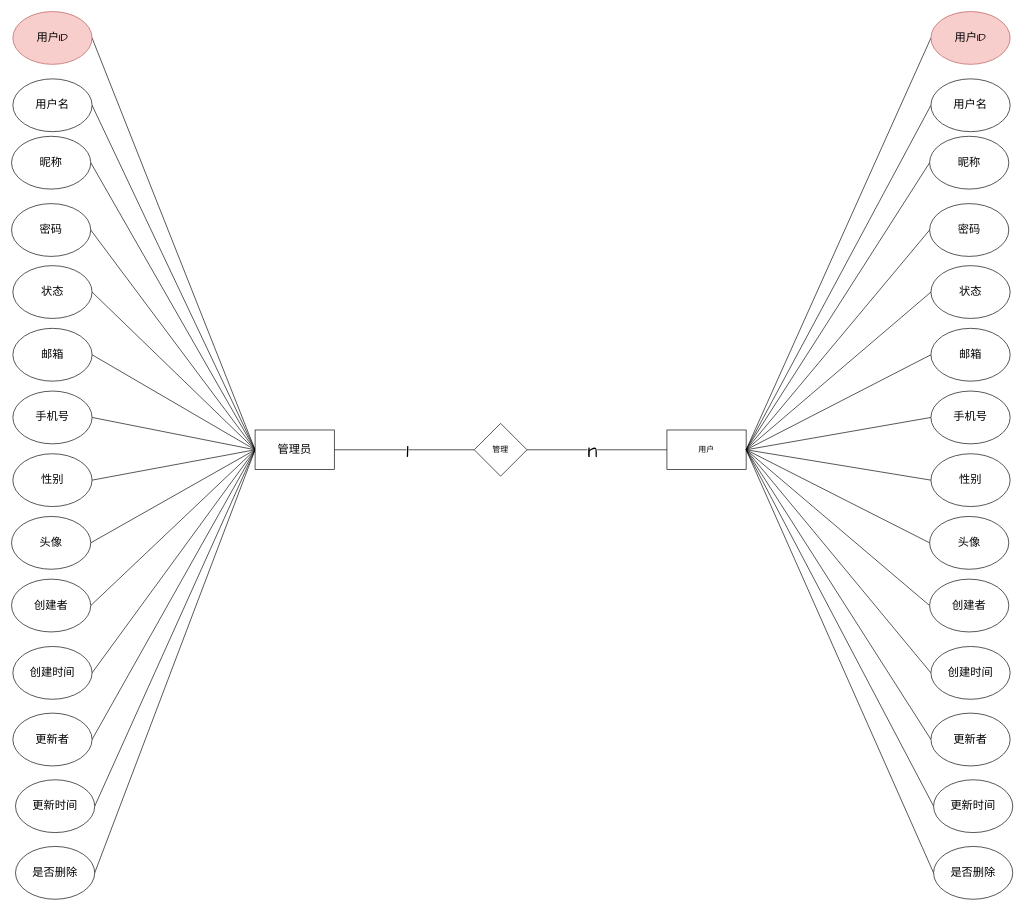
Earlier version of the draw.io diagram graph/文章管理模块ER图.drawio (zhangbird050801/bird-blog). Source tidied: cells renumbered, new cells numbered last; positions are measured from the earlier drawing's top-left corner, leaving out a move shared by most shapes. Both pictures are drawn from the tidied source at 66%, with x=0, y=0 at pixel (11, 11).
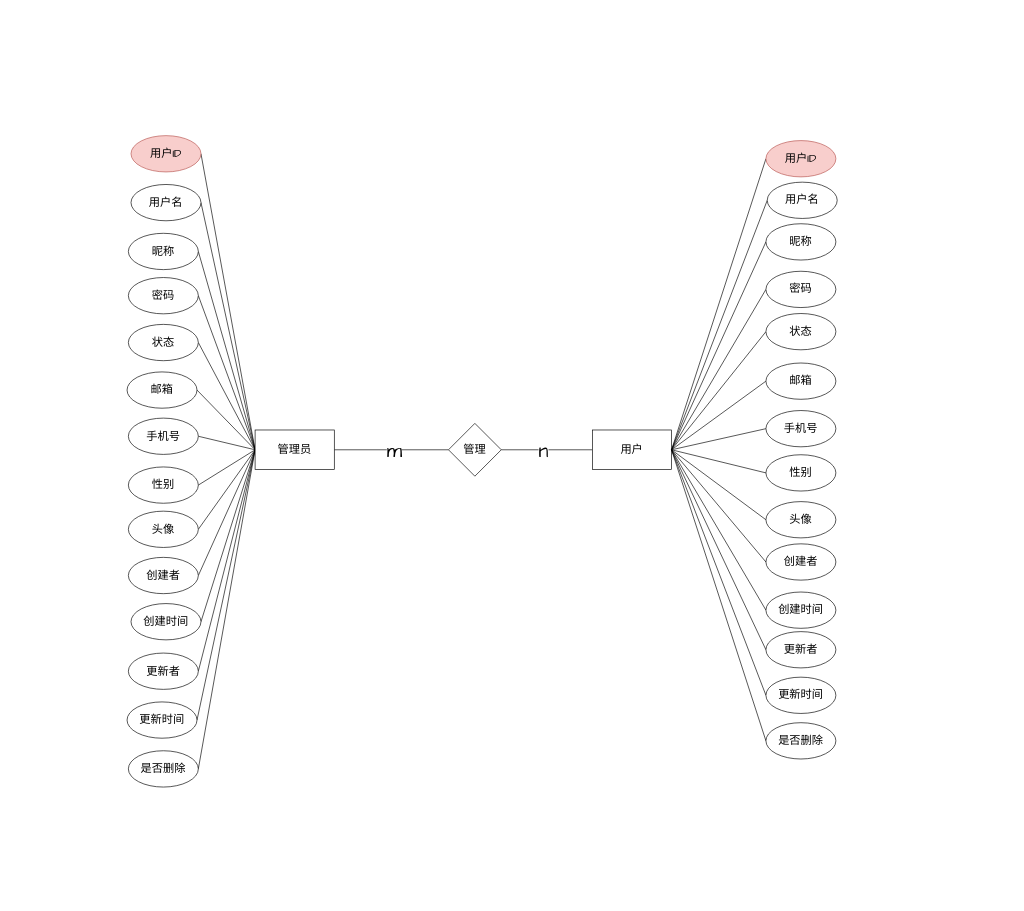
Above is the later version.

Commit message:
更新文章管理模块ER图.drawio

The change refers to these unchanged cells:
```xml
<mxCell id="16" style="edgeStyle=orthogonalEdgeStyle;rounded=0;jettySize=auto;html=1;exitX=1;exitY=0.5;exitDx=0;exitDy=0;entryX=0;entryY=0.5;entryDx=0;entryDy=0;endArrow=none;endFill=0;" parent="1" edge="1" source="18" target="35">
  <mxGeometry relative="1" as="geometry" />
</mxCell>
```

What changed in the source:
```diff
@@
-    <mxCell id="17" value="&lt;span style=&quot;font-family: &amp;quot;Comic Sans MS&amp;quot;; font-size: 30px;&quot;&gt;1&lt;/span&gt;" style="edgeLabel;html=1;align=center;verticalAlign=middle;" parent="16" vertex="1">
+    <mxCell id="17" value="&lt;span style=&quot;font-family: &amp;quot;Comic Sans MS&amp;quot;; font-size: 30px;&quot;&gt;m&lt;/span&gt;" style="edgeLabel;html=1;align=center;verticalAlign=middle;" parent="16" vertex="1">
       <mxGeometry x="0.04" y="-1" relative="1" as="geometry" />
     </mxCell>
@@
     <mxCell id="19" value="用户ID" style="ellipse;whiteSpace=wrap;html=1;fillColor=#f8cecc;strokeColor=#b85450;fontSize=17;fontFamily=Comic Sans MS;" parent="1" vertex="1">
-      <mxGeometry x="2" width="120" height="80" as="geometry" />
+      <mxGeometry x="181" y="188" width="106" height="55" as="geometry" />
     </mxCell>
     <mxCell id="20" value="状态" style="ellipse;whiteSpace=wrap;html=1;fontSize=17;fontFamily=Comic Sans MS;" parent="1" vertex="1">
-      <mxGeometry x="2" y="385" width="120" height="80" as="geometry" />
+      <mxGeometry x="177" y="474" width="106" height="55" as="geometry" />
     </mxCell>
     <mxCell id="21" value="密码" style="ellipse;whiteSpace=wrap;html=1;fontSize=17;fontFamily=Comic Sans MS;" parent="1" vertex="1">
-      <mxGeometry y="291" width="120" height="80" as="geometry" />
+      <mxGeometry x="177" y="403" width="106" height="55" as="geometry" />
     </mxCell>
     <mxCell id="22" value="昵称" style="ellipse;whiteSpace=wrap;html=1;fontSize=17;fontFamily=Comic Sans MS;" parent="1" vertex="1">
-      <mxGeometry y="189" width="120" height="80" as="geometry" />
+      <mxGeometry x="177" y="336" width="106" height="55" as="geometry" />
     </mxCell>
     <mxCell id="23" value="用户名" style="ellipse;whiteSpace=wrap;html=1;fontSize=17;fontFamily=Comic Sans MS;" parent="1" vertex="1">
-      <mxGeometry x="2" y="102" width="120" height="80" as="geometry" />
+      <mxGeometry x="181" y="262" width="106" height="55" as="geometry" />
     </mxCell>
     <mxCell id="24" value="创建者" style="ellipse;whiteSpace=wrap;html=1;fontSize=17;fontFamily=Comic Sans MS;" parent="1" vertex="1">
-      <mxGeometry y="860" width="120" height="80" as="geometry" />
+      <mxGeometry x="177" y="827" width="106" height="55" as="geometry" />
     </mxCell>
     <mxCell id="25" value="头像" style="ellipse;whiteSpace=wrap;html=1;fontSize=17;fontFamily=Comic Sans MS;" parent="1" vertex="1">
-      <mxGeometry y="765" width="120" height="80" as="geometry" />
+      <mxGeometry x="177" y="757" width="106" height="55" as="geometry" />
     </mxCell>
     <mxCell id="26" value="性别" style="ellipse;whiteSpace=wrap;html=1;fontSize=17;fontFamily=Comic Sans MS;" parent="1" vertex="1">
-      <mxGeometry x="2" y="670" width="120" height="80" as="geometry" />
+      <mxGeometry x="177" y="690" width="106" height="55" as="geometry" />
     </mxCell>
     <mxCell id="27" value="手机号" style="ellipse;whiteSpace=wrap;html=1;fontSize=17;fontFamily=Comic Sans MS;" parent="1" vertex="1">
-      <mxGeometry x="2" y="575" width="120" height="80" as="geometry" />
+      <mxGeometry x="177" y="616" width="106" height="55" as="geometry" />
     </mxCell>
     <mxCell id="28" value="邮箱" style="ellipse;whiteSpace=wrap;html=1;fontSize=17;fontFamily=Comic Sans MS;" parent="1" vertex="1">
-      <mxGeometry x="2" y="480" width="120" height="80" as="geometry" />
+      <mxGeometry x="175" y="546" width="106" height="55" as="geometry" />
     </mxCell>
     <mxCell id="29" value="更新时间" style="ellipse;whiteSpace=wrap;html=1;fontSize=17;fontFamily=Comic Sans MS;" parent="1" vertex="1">
-      <mxGeometry x="6" y="1164" width="120" height="80" as="geometry" />
+      <mxGeometry x="175" y="1046" width="106" height="55" as="geometry" />
     </mxCell>
     <mxCell id="30" value="更新者" style="ellipse;whiteSpace=wrap;html=1;fontSize=17;fontFamily=Comic Sans MS;" parent="1" vertex="1">
-      <mxGeometry x="2" y="1063" width="120" height="80" as="geometry" />
+      <mxGeometry x="177" y="972" width="106" height="55" as="geometry" />
     </mxCell>
     <mxCell id="31" value="创建时间" style="ellipse;whiteSpace=wrap;html=1;fontSize=17;fontFamily=Comic Sans MS;" parent="1" vertex="1">
-      <mxGeometry x="2" y="962" width="120" height="80" as="geometry" />
+      <mxGeometry x="181" y="897" width="106" height="55" as="geometry" />
     </mxCell>
     <mxCell id="32" value="是否删除" style="ellipse;whiteSpace=wrap;html=1;fontSize=17;fontFamily=Comic Sans MS;" parent="1" vertex="1">
-      <mxGeometry x="6" y="1265" width="120" height="80" as="geometry" />
+      <mxGeometry x="177" y="1120" width="106" height="55" as="geometry" />
     </mxCell>
@@
-    <mxCell id="35" value="管理" style="rhombus;whiteSpace=wrap;html=1;" parent="1" vertex="1">
-      <mxGeometry x="701" y="624" width="80" height="80" as="geometry" />
+    <mxCell id="35" value="管理" style="rhombus;whiteSpace=wrap;html=1;fontSize=17;" parent="1" vertex="1">
+      <mxGeometry x="662" y="624" width="80" height="80" as="geometry" />
     </mxCell>
@@
-    <mxCell id="37" value="用户" style="rounded=0;whiteSpace=wrap;html=1;" parent="1" vertex="1">
-      <mxGeometry x="993" y="634" width="120" height="60" as="geometry" />
+    <mxCell id="37" value="用户" style="rounded=0;whiteSpace=wrap;html=1;fontSize=17;" parent="1" vertex="1">
+      <mxGeometry x="880" y="634" width="120" height="60" as="geometry" />
     </mxCell>
     <mxCell id="38" value="用户ID" style="ellipse;whiteSpace=wrap;html=1;fillColor=#f8cecc;strokeColor=#b85450;fontSize=17;fontFamily=Comic Sans MS;" parent="1" vertex="1">
-      <mxGeometry x="1393" width="120" height="80" as="geometry" />
+      <mxGeometry x="1143" y="195.5" width="106" height="55" as="geometry" />
     </mxCell>
@@
     <mxCell id="40" value="状态" style="ellipse;whiteSpace=wrap;html=1;fontSize=17;fontFamily=Comic Sans MS;" parent="1" vertex="1">
-      <mxGeometry x="1393" y="385" width="120" height="80" as="geometry" />
+      <mxGeometry x="1143" y="457.5" width="106" height="55" as="geometry" />
     </mxCell>
@@
     <mxCell id="42" value="密码" style="ellipse;whiteSpace=wrap;html=1;fontSize=17;fontFamily=Comic Sans MS;" parent="1" vertex="1">
-      <mxGeometry x="1391" y="291" width="120" height="80" as="geometry" />
+      <mxGeometry x="1143" y="393.5" width="106" height="55" as="geometry" />
     </mxCell>
@@
     <mxCell id="44" value="昵称" style="ellipse;whiteSpace=wrap;html=1;fontSize=17;fontFamily=Comic Sans MS;" parent="1" vertex="1">
-      <mxGeometry x="1391" y="189" width="120" height="80" as="geometry" />
+      <mxGeometry x="1143" y="321.5" width="106" height="55" as="geometry" />
     </mxCell>
@@
     <mxCell id="46" value="用户名" style="ellipse;whiteSpace=wrap;html=1;fontSize=17;fontFamily=Comic Sans MS;" parent="1" vertex="1">
-      <mxGeometry x="1393" y="102" width="120" height="80" as="geometry" />
+      <mxGeometry x="1145" y="258.5" width="106" height="55" as="geometry" />
     </mxCell>
@@
     <mxCell id="48" value="创建者" style="ellipse;whiteSpace=wrap;html=1;fontSize=17;fontFamily=Comic Sans MS;" parent="1" vertex="1">
-      <mxGeometry x="1391" y="860" width="120" height="80" as="geometry" />
+      <mxGeometry x="1143" y="806.5" width="106" height="55" as="geometry" />
     </mxCell>
@@
     <mxCell id="50" value="头像" style="ellipse;whiteSpace=wrap;html=1;fontSize=17;fontFamily=Comic Sans MS;" parent="1" vertex="1">
-      <mxGeometry x="1391" y="765" width="120" height="80" as="geometry" />
+      <mxGeometry x="1143" y="742.5" width="106" height="55" as="geometry" />
     </mxCell>
@@
     <mxCell id="52" value="性别" style="ellipse;whiteSpace=wrap;html=1;fontSize=17;fontFamily=Comic Sans MS;" parent="1" vertex="1">
-      <mxGeometry x="1393" y="670" width="120" height="80" as="geometry" />
+      <mxGeometry x="1143" y="671.5" width="106" height="55" as="geometry" />
     </mxCell>
@@
     <mxCell id="54" value="手机号" style="ellipse;whiteSpace=wrap;html=1;fontSize=17;fontFamily=Comic Sans MS;" parent="1" vertex="1">
-      <mxGeometry x="1393" y="575" width="120" height="80" as="geometry" />
+      <mxGeometry x="1143" y="604.5" width="106" height="55" as="geometry" />
     </mxCell>
@@
     <mxCell id="56" value="邮箱" style="ellipse;whiteSpace=wrap;html=1;fontSize=17;fontFamily=Comic Sans MS;" parent="1" vertex="1">
-      <mxGeometry x="1393" y="480" width="120" height="80" as="geometry" />
+      <mxGeometry x="1143" y="532.5" width="106" height="55" as="geometry" />
     </mxCell>
@@
     <mxCell id="58" value="更新时间" style="ellipse;whiteSpace=wrap;html=1;fontSize=17;fontFamily=Comic Sans MS;" parent="1" vertex="1">
-      <mxGeometry x="1397" y="1164" width="120" height="80" as="geometry" />
+      <mxGeometry x="1143" y="1008.5" width="106" height="55" as="geometry" />
     </mxCell>
@@
     <mxCell id="60" value="更新者" style="ellipse;whiteSpace=wrap;html=1;fontSize=17;fontFamily=Comic Sans MS;" parent="1" vertex="1">
-      <mxGeometry x="1393" y="1063" width="120" height="80" as="geometry" />
+      <mxGeometry x="1143" y="939.5" width="106" height="55" as="geometry" />
     </mxCell>
@@
     <mxCell id="62" value="创建时间" style="ellipse;whiteSpace=wrap;html=1;fontSize=17;fontFamily=Comic Sans MS;" parent="1" vertex="1">
-      <mxGeometry x="1393" y="962" width="120" height="80" as="geometry" />
+      <mxGeometry x="1143" y="879.5" width="106" height="55" as="geometry" />
     </mxCell>
@@
     <mxCell id="64" value="是否删除" style="ellipse;whiteSpace=wrap;html=1;fontSize=17;fontFamily=Comic Sans MS;" parent="1" vertex="1">
-      <mxGeometry x="1397" y="1265" width="120" height="80" as="geometry" />
+      <mxGeometry x="1143" y="1077.5" width="106" height="55" as="geometry" />
     </mxCell>
```
